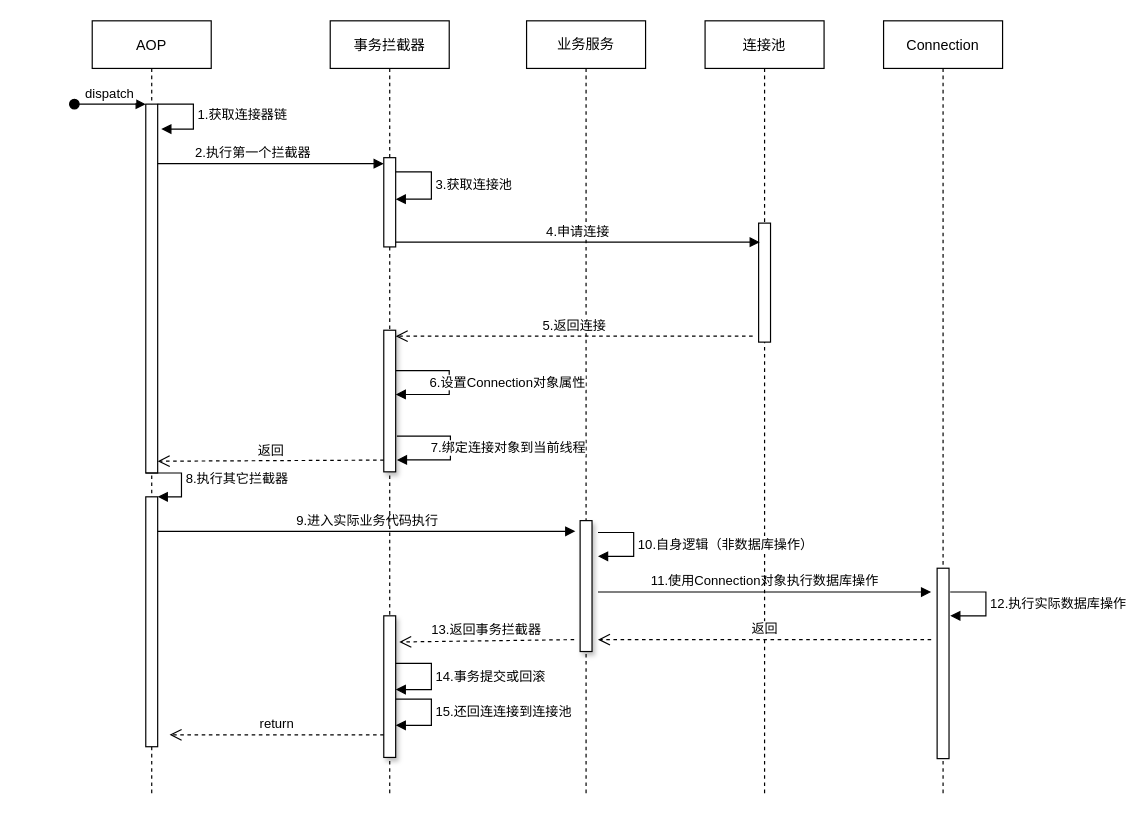
Earlier version of the draw.io diagram page "传统事务流程" (2 of 3) of 分布式超时测试流程.drawio (qymmdj/jcf3-document). Source tidied: cells renumbered, new cells numbered last; positions are measured from the earlier drawing's top-left corner, leaving out a move shared by most shapes. Both pictures are drawn from the tidied source at 119%, with x=0, y=0 at pixel (74, 20).
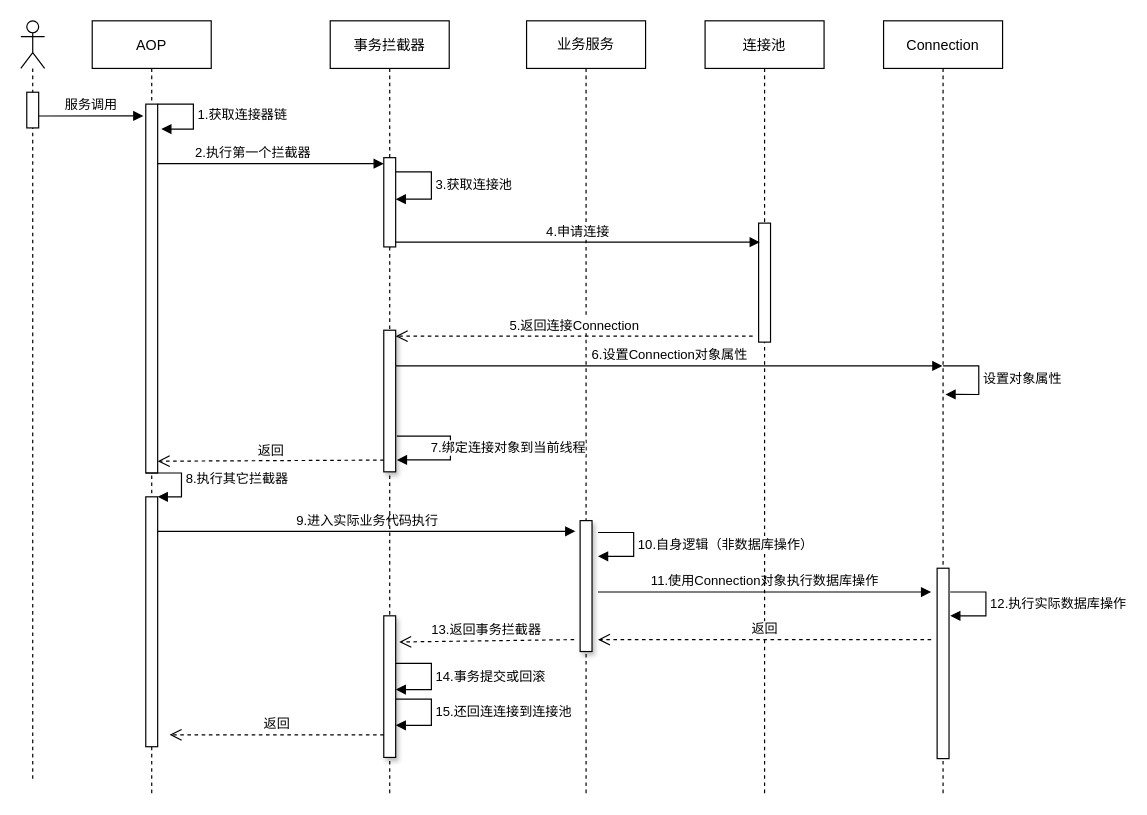
After the change.

Unchanged cells that the change refers to:
```xml
<mxCell id="5" value="AOP" style="shape=umlLifeline;perimeter=lifelinePerimeter;rounded=0;shadow=0;strokeWidth=1;" parent="1" vertex="1">
  <mxGeometry x="15" width="100" height="650" as="geometry" />
</mxCell>
<mxCell id="6" style="points=[];perimeter=orthogonalPerimeter;rounded=0;shadow=0;strokeWidth=1;" parent="5" vertex="1">
  <mxGeometry x="45" y="70" width="10" height="310" as="geometry" />
</mxCell>
<mxCell id="12" value="事务拦截器" style="shape=umlLifeline;perimeter=lifelinePerimeter;rounded=0;shadow=0;strokeWidth=1;" parent="1" vertex="1">
  <mxGeometry x="215" width="100" height="650" as="geometry" />
</mxCell>
<mxCell id="17" value="Connection" style="shape=umlLifeline;perimeter=lifelinePerimeter;rounded=0;shadow=0;strokeWidth=1;" parent="1" vertex="1">
  <mxGeometry x="680" width="100" height="650" as="geometry" />
</mxCell>
```

What changed in the source:
```diff
@@
-    <mxCell id="7" value="dispatch" style="verticalAlign=bottom;startArrow=oval;endArrow=block;startSize=8;shadow=0;strokeWidth=1;" parent="5" edge="1" target="6">
-      <mxGeometry relative="1" as="geometry">
-        <mxPoint x="-15" y="70" as="sourcePoint" />
-      </mxGeometry>
-    </mxCell>
@@
+    <mxCell id="20" value="&lt;span style=&quot;text-align: left&quot;&gt;6.设置Connection对象属性&lt;/span&gt;" style="html=1;verticalAlign=bottom;endArrow=block;" parent="12" edge="1" target="17">
+      <mxGeometry relative="1" as="geometry">
+        <mxPoint x="55" y="290" as="sourcePoint" />
+      </mxGeometry>
+    </mxCell>
@@
-    <mxCell id="20" value="6.设置Connection对象属性" style="edgeStyle=orthogonalEdgeStyle;html=1;align=left;spacingLeft=2;endArrow=block;rounded=0;entryX=1;entryY=0;" parent="1" edge="1">
-      <mxGeometry x="0.55" y="-10" relative="1" as="geometry">
-        <mxPoint x="270" y="294" as="sourcePoint" />
-        <mxPoint x="270" y="314" as="targetPoint" />
-        <Array as="points">
-          <mxPoint x="315" y="294" />
-          <mxPoint x="315" y="314" />
-        </Array>
-      </mxGeometry>
-    </mxCell>
@@
-    <mxCell id="22" value="5.返回连接" style="html=1;verticalAlign=bottom;endArrow=open;dashed=1;endSize=8;" parent="1" edge="1">
+    <mxCell id="22" value="5.返回连接Connection" style="html=1;verticalAlign=bottom;endArrow=open;dashed=1;endSize=8;" parent="1" edge="1">
       <mxGeometry relative="1" as="geometry">
         <mxPoint x="570" y="265" as="sourcePoint" />
         <mxPoint x="270" y="265" as="targetPoint" />
         <Array as="points">
           <mxPoint x="540" y="265" />
           <mxPoint x="380" y="265" />
         </Array>
       </mxGeometry>
     </mxCell>
@@
-    <mxCell id="33" value="return" style="html=1;verticalAlign=bottom;endArrow=open;dashed=1;endSize=8;" parent="1" edge="1">
+    <mxCell id="33" value="返回" style="html=1;verticalAlign=bottom;endArrow=open;dashed=1;endSize=8;" parent="1" edge="1">
       <mxGeometry relative="1" as="geometry">
         <mxPoint x="260" y="600" as="sourcePoint" />
         <mxPoint x="80" y="600" as="targetPoint" />
       </mxGeometry>
     </mxCell>
+    <mxCell id="34" value="设置对象属性" style="edgeStyle=orthogonalEdgeStyle;html=1;align=left;spacingLeft=2;endArrow=block;rounded=0;entryX=0.52;entryY=0.483;entryDx=0;entryDy=0;entryPerimeter=0;" parent="1" edge="1" target="17">
+      <mxGeometry relative="1" as="geometry">
+        <mxPoint x="730" y="290" as="sourcePoint" />
+        <Array as="points">
+          <mxPoint x="760" y="290" />
+          <mxPoint x="760" y="314" />
+        </Array>
+      </mxGeometry>
+    </mxCell>
+    <mxCell id="35" style="shape=umlLifeline;participant=umlActor;perimeter=lifelinePerimeter;whiteSpace=wrap;html=1;verticalAlign=top;spacingTop=36;shadow=0;" parent="1" vertex="1">
+      <mxGeometry x="-45" width="20" height="640" as="geometry" />
+    </mxCell>
+    <mxCell id="36" style="html=1;perimeter=orthogonalPerimeter;shadow=0;" parent="35" vertex="1">
+      <mxGeometry x="5" y="60" width="10" height="30" as="geometry" />
+    </mxCell>
+    <mxCell id="37" value="服务调用" style="html=1;verticalAlign=bottom;endArrow=block;entryX=-0.2;entryY=0.032;entryDx=0;entryDy=0;entryPerimeter=0;" parent="1" edge="1" target="6">
+      <mxGeometry relative="1" as="geometry">
+        <mxPoint x="-30" y="80" as="sourcePoint" />
+      </mxGeometry>
+    </mxCell>
```
